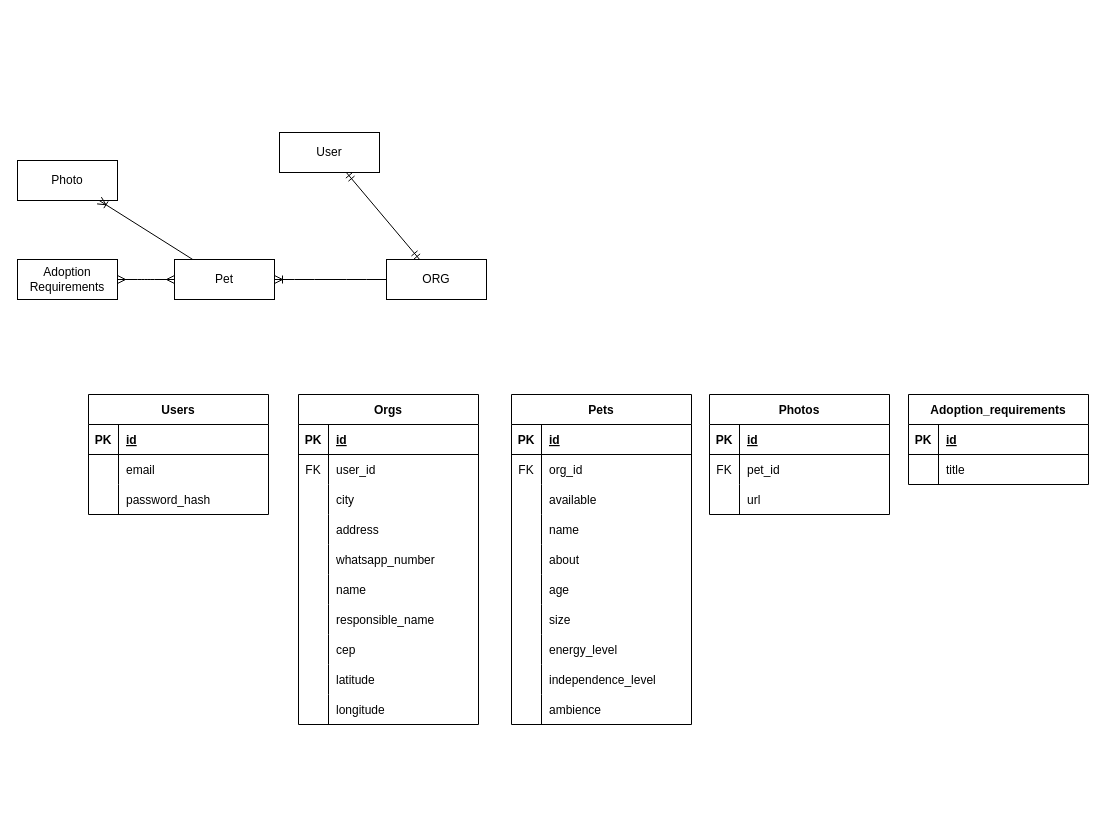
The draw.io diagram blueprint.drawio in HalexV/find-a-friend-api, before the edit. Source tidied: cells renumbered, new cells numbered last; positions are measured from the earlier drawing's top-left corner, leaving out a move shared by most shapes. Both pictures are drawn from the tidied source at 100%, with x=0, y=0 at pixel (17, 132).
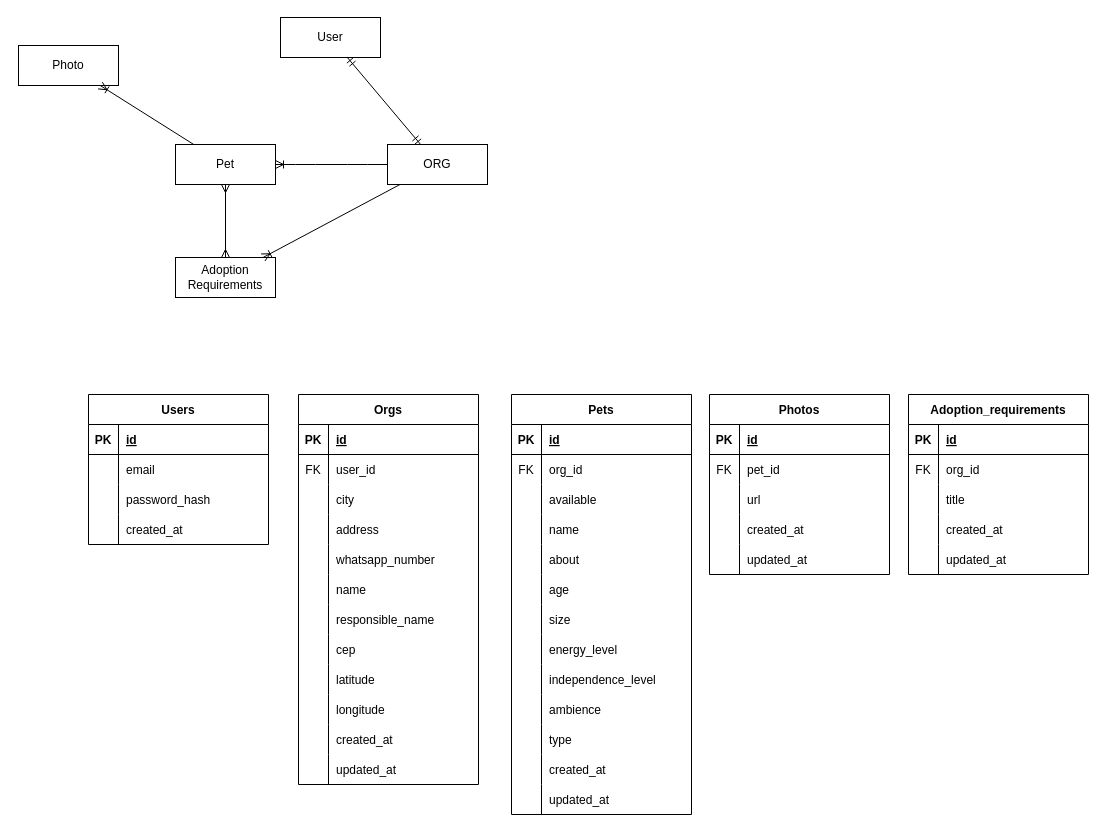
The same diagram, later.

Diff of the diagram source:
```diff
@@
     <mxCell id="2" value="Pet" style="whiteSpace=wrap;html=1;align=center;" parent="1" vertex="1">
-      <mxGeometry x="157" y="127" width="100" height="40" as="geometry" />
+      <mxGeometry x="158" y="12" width="100" height="40" as="geometry" />
     </mxCell>
     <mxCell id="3" value="ORG" style="whiteSpace=wrap;html=1;align=center;" parent="1" vertex="1">
-      <mxGeometry x="369" y="127" width="100" height="40" as="geometry" />
+      <mxGeometry x="370" y="12" width="100" height="40" as="geometry" />
     </mxCell>
     <mxCell id="4" value="User" style="whiteSpace=wrap;html=1;align=center;" parent="1" vertex="1">
-      <mxGeometry x="262" width="100" height="40" as="geometry" />
+      <mxGeometry x="263" y="-115" width="100" height="40" as="geometry" />
     </mxCell>
@@
     <mxCell id="7" value="Users" style="shape=table;startSize=30;childLayout=tableLayout;rowLines=0;fontStyle=1;align=center;" parent="1" vertex="1">
-      <mxGeometry x="71" y="262" width="180" height="120" as="geometry" />
+      <mxGeometry x="71" y="262" width="180" height="150" as="geometry" />
     </mxCell>
@@
+    <mxCell id="100" style="shape=tableRow;horizontal=0;startSize=0;swimlaneHead=0;swimlaneBody=0;fillColor=none;top=0;left=0;right=0;bottom=0;" parent="7" vertex="1">
+      <mxGeometry y="120" width="180" height="30" as="geometry" />
+    </mxCell>
+    <mxCell id="101" style="shape=partialRectangle;fillColor=none;top=0;left=0;bottom=0;right=0;overflow=hidden;" parent="100" vertex="1">
+      <mxGeometry width="30" height="30" as="geometry" />
+    </mxCell>
+    <mxCell id="102" value="created_at" style="shape=partialRectangle;fillColor=none;top=0;left=0;bottom=0;right=0;align=left;spacingLeft=6;overflow=hidden;" parent="100" vertex="1">
+      <mxGeometry x="30" width="150" height="30" as="geometry" />
+    </mxCell>
     <mxCell id="17" value="Orgs" style="shape=table;startSize=30;childLayout=tableLayout;rowLines=0;fontStyle=1;align=center;" parent="1" vertex="1">
-      <mxGeometry x="281" y="262" width="180" height="330" as="geometry" />
+      <mxGeometry x="281" y="262" width="180" height="390" as="geometry" />
     </mxCell>
@@
+    <mxCell id="103" style="shape=tableRow;horizontal=0;startSize=0;swimlaneHead=0;swimlaneBody=0;fillColor=none;top=0;left=0;right=0;bottom=0;" parent="17" vertex="1">
+      <mxGeometry y="330" width="180" height="30" as="geometry" />
+    </mxCell>
+    <mxCell id="104" style="shape=partialRectangle;fillColor=none;top=0;left=0;bottom=0;right=0;overflow=hidden;" parent="103" vertex="1">
+      <mxGeometry width="30" height="30" as="geometry" />
+    </mxCell>
+    <mxCell id="105" value="created_at" style="shape=partialRectangle;fillColor=none;top=0;left=0;bottom=0;right=0;align=left;spacingLeft=6;overflow=hidden;" parent="103" vertex="1">
+      <mxGeometry x="30" width="150" height="30" as="geometry" />
+    </mxCell>
+    <mxCell id="106" style="shape=tableRow;horizontal=0;startSize=0;swimlaneHead=0;swimlaneBody=0;fillColor=none;top=0;left=0;right=0;bottom=0;" parent="17" vertex="1">
+      <mxGeometry y="360" width="180" height="30" as="geometry" />
+    </mxCell>
+    <mxCell id="107" style="shape=partialRectangle;fillColor=none;top=0;left=0;bottom=0;right=0;overflow=hidden;" parent="106" vertex="1">
+      <mxGeometry width="30" height="30" as="geometry" />
+    </mxCell>
+    <mxCell id="108" value="updated_at" style="shape=partialRectangle;fillColor=none;top=0;left=0;bottom=0;right=0;align=left;spacingLeft=6;overflow=hidden;" parent="106" vertex="1">
+      <mxGeometry x="30" width="150" height="30" as="geometry" />
+    </mxCell>
     <mxCell id="48" value="Pets" style="shape=table;startSize=30;childLayout=tableLayout;rowLines=0;fontStyle=1;align=center;" parent="1" vertex="1">
-      <mxGeometry x="494" y="262" width="180" height="330" as="geometry" />
+      <mxGeometry x="494" y="262" width="180" height="420" as="geometry" />
     </mxCell>
@@
+    <mxCell id="109" style="shape=tableRow;horizontal=0;startSize=0;swimlaneHead=0;swimlaneBody=0;fillColor=none;top=0;left=0;right=0;bottom=0;" parent="48" vertex="1">
+      <mxGeometry y="330" width="180" height="30" as="geometry" />
+    </mxCell>
+    <mxCell id="110" style="shape=partialRectangle;fillColor=none;top=0;left=0;bottom=0;right=0;overflow=hidden;" parent="109" vertex="1">
+      <mxGeometry width="30" height="30" as="geometry" />
+    </mxCell>
+    <mxCell id="111" value="type" style="shape=partialRectangle;fillColor=none;top=0;left=0;bottom=0;right=0;align=left;spacingLeft=6;overflow=hidden;" parent="109" vertex="1">
+      <mxGeometry x="30" width="150" height="30" as="geometry" />
+    </mxCell>
+    <mxCell id="112" style="shape=tableRow;horizontal=0;startSize=0;swimlaneHead=0;swimlaneBody=0;fillColor=none;top=0;left=0;right=0;bottom=0;" parent="48" vertex="1">
+      <mxGeometry y="360" width="180" height="30" as="geometry" />
+    </mxCell>
+    <mxCell id="113" style="shape=partialRectangle;fillColor=none;top=0;left=0;bottom=0;right=0;overflow=hidden;" parent="112" vertex="1">
+      <mxGeometry width="30" height="30" as="geometry" />
+    </mxCell>
+    <mxCell id="114" value="created_at" style="shape=partialRectangle;fillColor=none;top=0;left=0;bottom=0;right=0;align=left;spacingLeft=6;overflow=hidden;" parent="112" vertex="1">
+      <mxGeometry x="30" width="150" height="30" as="geometry" />
+    </mxCell>
+    <mxCell id="115" style="shape=tableRow;horizontal=0;startSize=0;swimlaneHead=0;swimlaneBody=0;fillColor=none;top=0;left=0;right=0;bottom=0;" parent="48" vertex="1">
+      <mxGeometry y="390" width="180" height="30" as="geometry" />
+    </mxCell>
+    <mxCell id="116" style="shape=partialRectangle;fillColor=none;top=0;left=0;bottom=0;right=0;overflow=hidden;" parent="115" vertex="1">
+      <mxGeometry width="30" height="30" as="geometry" />
+    </mxCell>
+    <mxCell id="117" value="updated_at" style="shape=partialRectangle;fillColor=none;top=0;left=0;bottom=0;right=0;align=left;spacingLeft=6;overflow=hidden;" parent="115" vertex="1">
+      <mxGeometry x="30" width="150" height="30" as="geometry" />
+    </mxCell>
     <mxCell id="79" value="Photo" style="whiteSpace=wrap;html=1;align=center;" parent="1" vertex="1">
-      <mxGeometry y="28" width="100" height="40" as="geometry" />
+      <mxGeometry x="1" y="-87" width="100" height="40" as="geometry" />
     </mxCell>
     <mxCell id="80" value="Adoption Requirements" style="whiteSpace=wrap;html=1;align=center;" parent="1" vertex="1">
-      <mxGeometry y="127" width="100" height="40" as="geometry" />
+      <mxGeometry x="158" y="125" width="100" height="40" as="geometry" />
     </mxCell>
@@
-    <mxCell id="82" style="edgeStyle=entityRelationEdgeStyle;fontSize=12;html=1;endArrow=ERmany;startArrow=ERmany;elbow=vertical;" parent="1" edge="1" source="80" target="2">
+    <mxCell id="82" style="fontSize=12;html=1;endArrow=ERmany;startArrow=ERmany;elbow=vertical;" parent="1" edge="1" source="80" target="2">
       <mxGeometry relative="1" as="geometry" />
     </mxCell>
     <mxCell id="83" value="Photos" style="shape=table;startSize=30;childLayout=tableLayout;rowLines=0;fontStyle=1;align=center;" parent="1" vertex="1">
-      <mxGeometry x="692" y="262" width="180" height="120" as="geometry" />
+      <mxGeometry x="692" y="262" width="180" height="180" as="geometry" />
     </mxCell>
@@
+    <mxCell id="118" style="shape=tableRow;horizontal=0;startSize=0;swimlaneHead=0;swimlaneBody=0;fillColor=none;top=0;left=0;right=0;bottom=0;" parent="83" vertex="1">
+      <mxGeometry y="120" width="180" height="30" as="geometry" />
+    </mxCell>
+    <mxCell id="119" style="shape=partialRectangle;fillColor=none;top=0;left=0;bottom=0;right=0;overflow=hidden;" parent="118" vertex="1">
+      <mxGeometry width="30" height="30" as="geometry" />
+    </mxCell>
+    <mxCell id="120" value="created_at" style="shape=partialRectangle;fillColor=none;top=0;left=0;bottom=0;right=0;align=left;spacingLeft=6;overflow=hidden;" parent="118" vertex="1">
+      <mxGeometry x="30" width="150" height="30" as="geometry" />
+    </mxCell>
+    <mxCell id="121" style="shape=tableRow;horizontal=0;startSize=0;swimlaneHead=0;swimlaneBody=0;fillColor=none;top=0;left=0;right=0;bottom=0;" parent="83" vertex="1">
+      <mxGeometry y="150" width="180" height="30" as="geometry" />
+    </mxCell>
+    <mxCell id="122" style="shape=partialRectangle;fillColor=none;top=0;left=0;bottom=0;right=0;overflow=hidden;" parent="121" vertex="1">
+      <mxGeometry width="30" height="30" as="geometry" />
+    </mxCell>
+    <mxCell id="123" value="updated_at" style="shape=partialRectangle;fillColor=none;top=0;left=0;bottom=0;right=0;align=left;spacingLeft=6;overflow=hidden;" parent="121" vertex="1">
+      <mxGeometry x="30" width="150" height="30" as="geometry" />
+    </mxCell>
     <mxCell id="93" value="Adoption_requirements" style="shape=table;startSize=30;childLayout=tableLayout;rowLines=0;fontStyle=1;align=center;" parent="1" vertex="1">
-      <mxGeometry x="891" y="262" width="180" height="90" as="geometry" />
+      <mxGeometry x="891" y="262" width="180" height="180" as="geometry" />
     </mxCell>
@@
+    <mxCell id="124" style="shape=tableRow;horizontal=0;startSize=0;swimlaneHead=0;swimlaneBody=0;fillColor=none;top=0;left=0;right=0;bottom=0;" parent="93" vertex="1">
+      <mxGeometry y="60" width="180" height="30" as="geometry" />
+    </mxCell>
+    <mxCell id="125" value="FK" style="shape=partialRectangle;fillColor=none;top=0;left=0;bottom=0;right=0;fontStyle=0;overflow=hidden;" parent="124" vertex="1">
+      <mxGeometry width="30" height="30" as="geometry" />
+    </mxCell>
+    <mxCell id="126" value="org_id" style="shape=partialRectangle;fillColor=none;top=0;left=0;bottom=0;right=0;align=left;spacingLeft=6;fontStyle=0;overflow=hidden;" parent="124" vertex="1">
+      <mxGeometry x="30" width="150" height="30" as="geometry" />
+    </mxCell>
     <mxCell id="97" style="shape=tableRow;horizontal=0;startSize=0;swimlaneHead=0;swimlaneBody=0;fillColor=none;top=0;left=0;right=0;bottom=0;" parent="93" vertex="1">
-      <mxGeometry y="60" width="180" height="30" as="geometry" />
+      <mxGeometry y="90" width="180" height="30" as="geometry" />
     </mxCell>
@@
+    <mxCell id="127" style="shape=tableRow;horizontal=0;startSize=0;swimlaneHead=0;swimlaneBody=0;fillColor=none;top=0;left=0;right=0;bottom=0;" parent="93" vertex="1">
+      <mxGeometry y="120" width="180" height="30" as="geometry" />
+    </mxCell>
+    <mxCell id="128" style="shape=partialRectangle;fillColor=none;top=0;left=0;bottom=0;right=0;overflow=hidden;" parent="127" vertex="1">
+      <mxGeometry width="30" height="30" as="geometry" />
+    </mxCell>
+    <mxCell id="129" value="created_at" style="shape=partialRectangle;fillColor=none;top=0;left=0;bottom=0;right=0;align=left;spacingLeft=6;overflow=hidden;" parent="127" vertex="1">
+      <mxGeometry x="30" width="150" height="30" as="geometry" />
+    </mxCell>
+    <mxCell id="130" style="shape=tableRow;horizontal=0;startSize=0;swimlaneHead=0;swimlaneBody=0;fillColor=none;top=0;left=0;right=0;bottom=0;" parent="93" vertex="1">
+      <mxGeometry y="150" width="180" height="30" as="geometry" />
+    </mxCell>
+    <mxCell id="131" style="shape=partialRectangle;fillColor=none;top=0;left=0;bottom=0;right=0;overflow=hidden;" parent="130" vertex="1">
+      <mxGeometry width="30" height="30" as="geometry" />
+    </mxCell>
+    <mxCell id="132" value="updated_at" style="shape=partialRectangle;fillColor=none;top=0;left=0;bottom=0;right=0;align=left;spacingLeft=6;overflow=hidden;" parent="130" vertex="1">
+      <mxGeometry x="30" width="150" height="30" as="geometry" />
+    </mxCell>
+    <mxCell id="133" style="fontSize=12;html=1;endArrow=ERoneToMany;rounded=0;" parent="1" edge="1" source="3" target="80">
+      <mxGeometry x="1" y="94" relative="1" as="geometry">
+        <mxPoint x="85" y="54" as="offset" />
+      </mxGeometry>
+    </mxCell>
```
